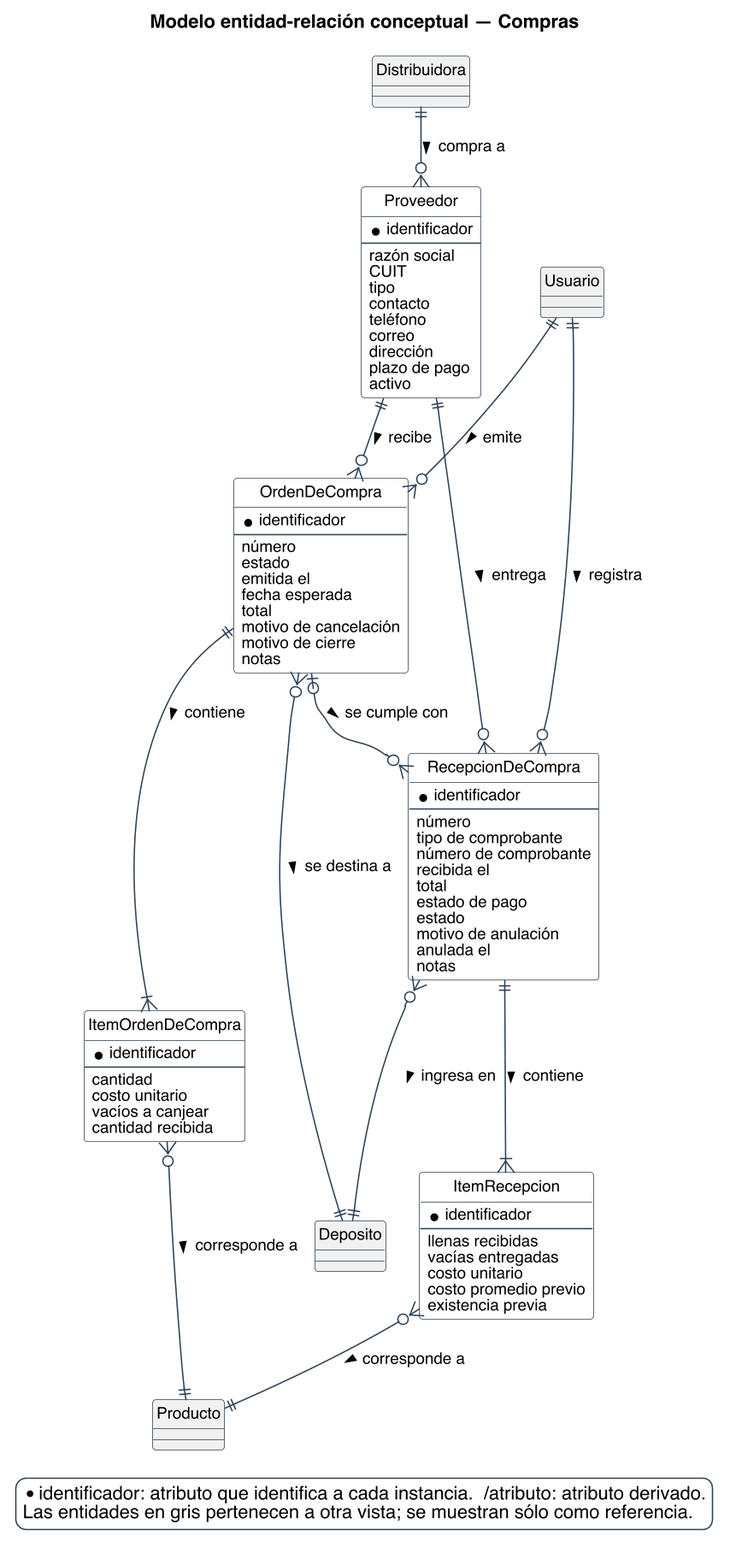
Above: diagramas/base-de-datos/conceptual/SPLG-der-11-compras.png in Nahuelito-Dev/splg-docs (PlantUML), before the change.
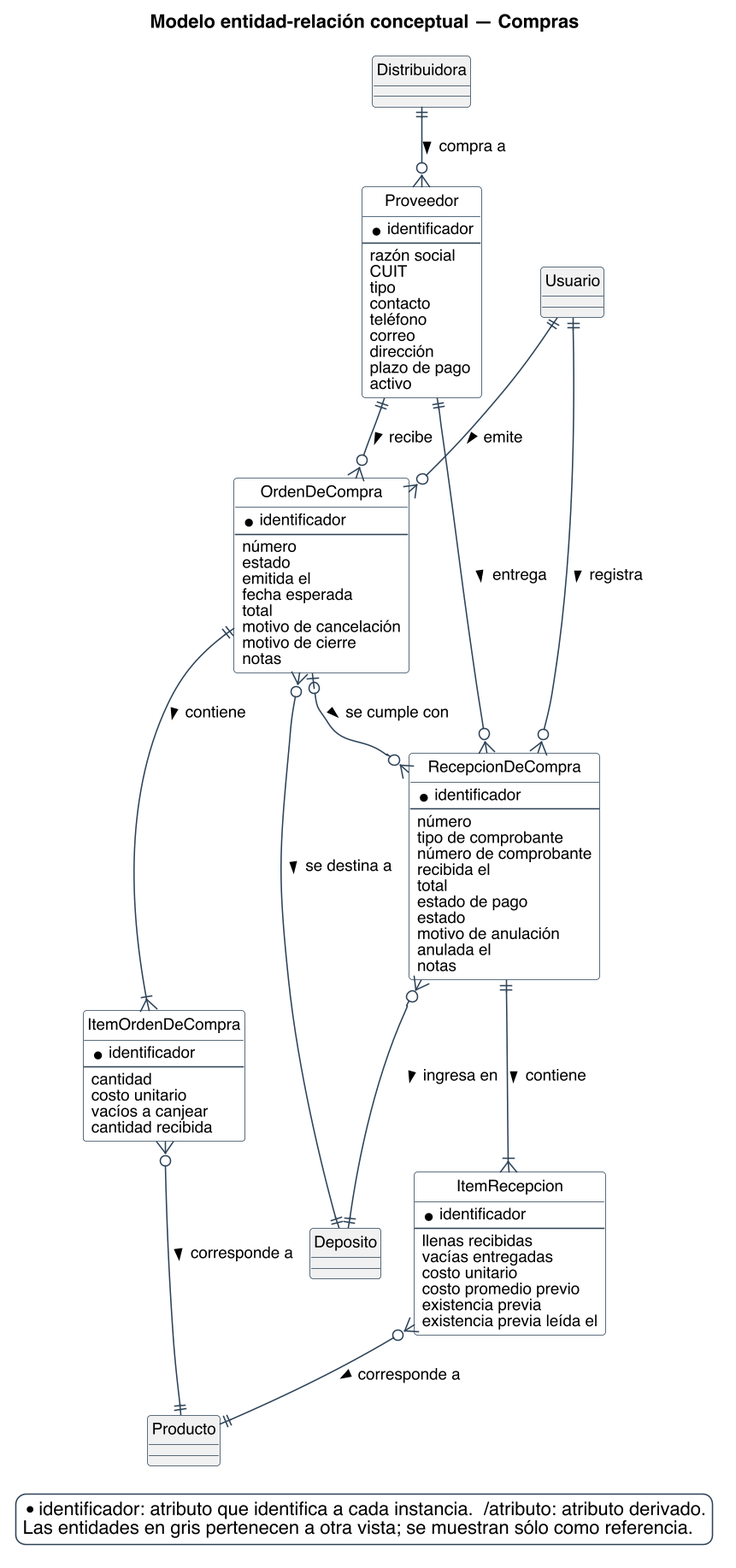
After the commit.

Change to the diagram source:
```diff
@@ -87,6 +87,7 @@
   {field} costo unitario
   {field} costo promedio previo
   {field} existencia previa
+  {field} existencia previa leída el
 }
 entity Deposito #F1F1F1 {
 }
```
